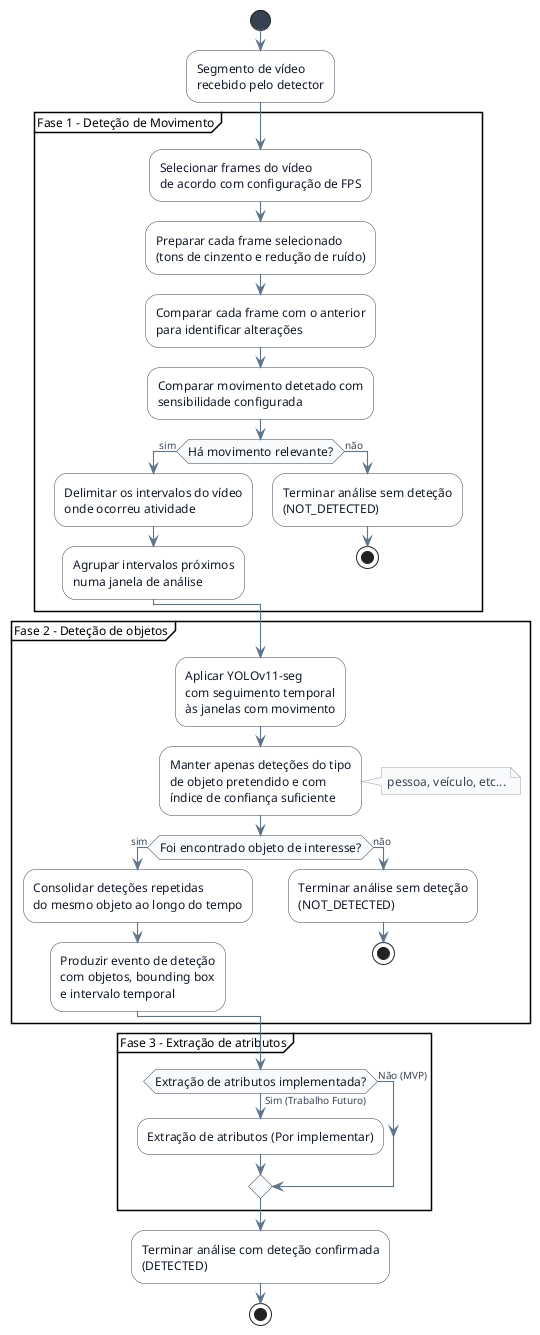
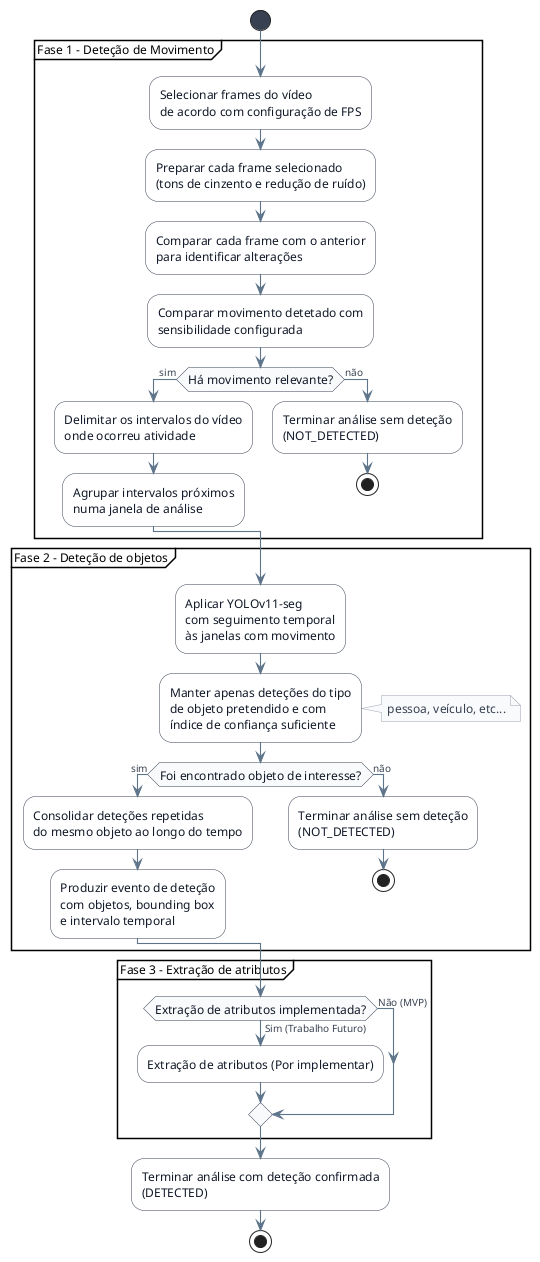
@startuml

' Diagrama de atividade centrado no processamento interno do detector.
' A receção do segmento, orquestração assíncrona, comunicação de resultado
' e persistência são tratados nos diagramas de sequência e no modelo de domínio.
' Esta versão representa a pipeline implementada/validada até à Fase 2.

skinparam backgroundColor white
skinparam shadowing false
skinparam defaultFontName Helvetica
skinparam defaultFontSize 12

skinparam ArrowColor #5D748A
skinparam ArrowThickness 1.1
skinparam ArrowFontColor #374151
skinparam ArrowFontSize 10

skinparam ActivityBorderColor #374151
skinparam ActivityBackgroundColor #FFFFFF
skinparam ActivityFontColor #111827
skinparam ActivityDiamondBorderColor #374151
skinparam ActivityDiamondBackgroundColor #F9FAFB
skinparam ActivityStartColor #374151
skinparam ActivityEndColor #374151

skinparam note {
  BorderColor #9CA3AF
  BackgroundColor #F9FAFB
  FontColor #374151
}

start
- 
- :Segmento de vídeo
- recebido pelo detector;


partition "Fase 1 - Deteção de Movimento" {
  :Selecionar frames do vídeo
  de acordo com configuração de FPS;

  :Preparar cada frame selecionado
  (tons de cinzento e redução de ruído);

  :Comparar cada frame com o anterior
  para identificar alterações;

  :Comparar movimento detetado com
  sensibilidade configurada;

  if (Há movimento relevante?) then (sim)
    :Delimitar os intervalos do vídeo
    onde ocorreu atividade;

    :Agrupar intervalos próximos
    numa janela de análise;
  else (não)
    :Terminar análise sem deteção
    (NOT_DETECTED);
    stop
  endif
}

partition "Fase 2 - Deteção de objetos" {
  :Aplicar YOLOv11-seg
  com seguimento temporal
  às janelas com movimento;

  :Manter apenas deteções do tipo
  de objeto pretendido e com
  índice de confiança suficiente;

  note right
    pessoa, veículo, etc...
  end note

  if (Foi encontrado objeto de interesse?) then (sim)
    :Consolidar deteções repetidas
    do mesmo objeto ao longo do tempo;

    :Produzir evento de deteção
    com objetos, bounding box
    e intervalo temporal;
  else (não)
    :Terminar análise sem deteção
    (NOT_DETECTED);
    stop
  endif
}

partition "Fase 3 - Extração de atributos" {
  if (Extração de atributos implementada?) then (Sim (Trabalho Futuro))
    :Extração de atributos (Por implementar);
  else (Não (MVP))

  endif
}

:Terminar análise com deteção confirmada
(DETECTED);

stop

@enduml
